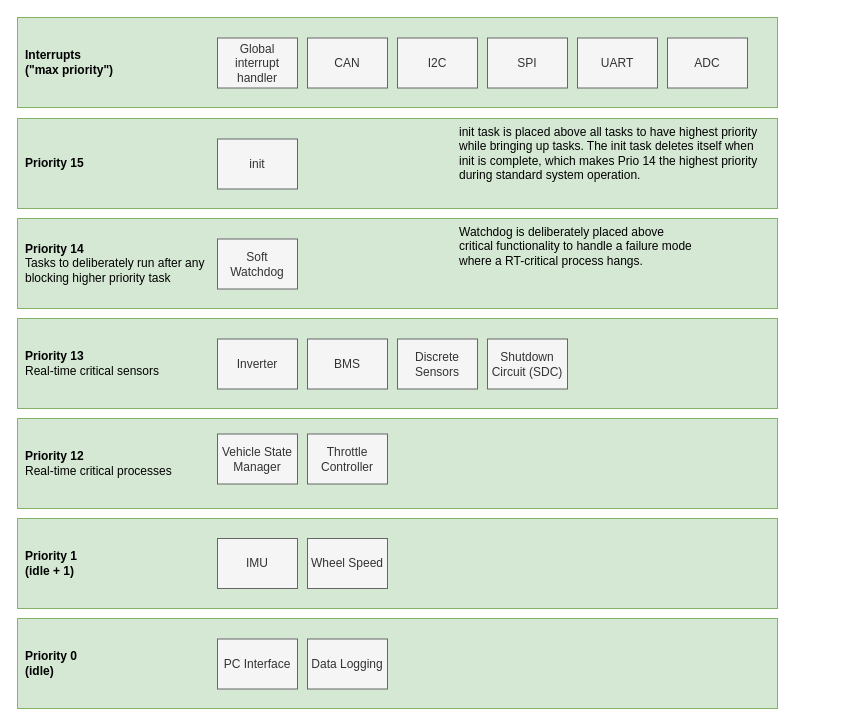
This is page "RTOS task layout" (4 of 5) of firmware/Firmware Architecture.drawio from lflaherty/evfirmware-vcu, a draw.io file, before an edit. Source tidied: cells renumbered, new cells numbered last; positions are measured from the earlier drawing's top-left corner, leaving out a move shared by most shapes. Both pictures are drawn from the tidied source at 100%, with x=0, y=0 at pixel (17, 17).
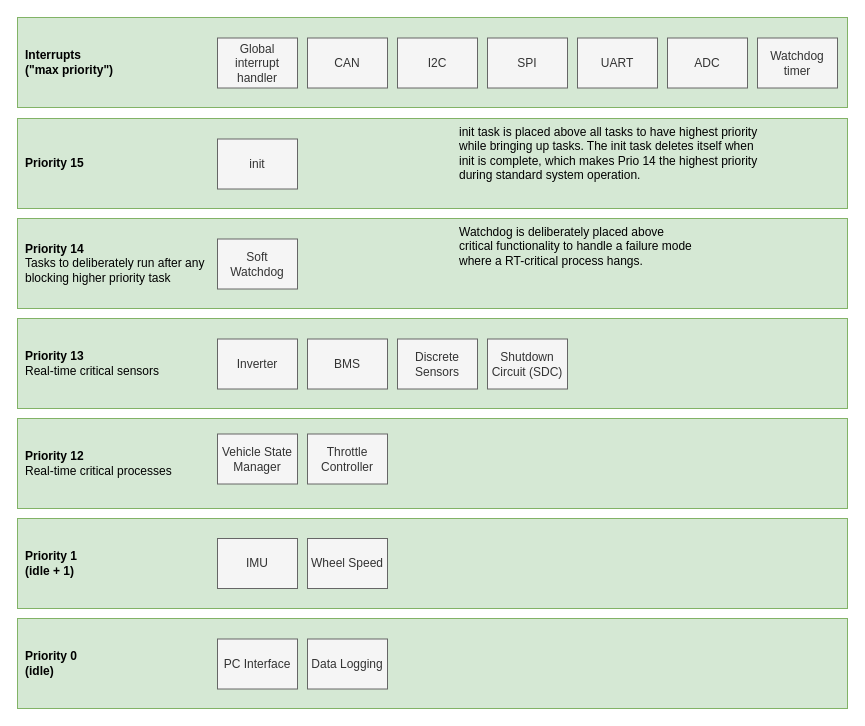
Above is the later version.

Diff of the diagram source:
```diff
@@
     <mxCell id="2" value="&lt;b&gt;Priority 14&lt;/b&gt;&lt;br&gt;Tasks to deliberately run after any&lt;br&gt;blocking higher priority task" style="rounded=0;whiteSpace=wrap;html=1;align=left;horizontal=1;spacingLeft=6;fillColor=#d5e8d4;strokeColor=#82b366;" parent="1" vertex="1">
-      <mxGeometry y="201" width="760" height="90" as="geometry" />
+      <mxGeometry y="201" width="830" height="90" as="geometry" />
     </mxCell>
     <mxCell id="3" value="&lt;b&gt;Priority 1&lt;br&gt;(idle + 1)&lt;/b&gt;" style="rounded=0;whiteSpace=wrap;html=1;align=left;horizontal=1;spacingLeft=6;fillColor=#d5e8d4;strokeColor=#82b366;" parent="1" vertex="1">
-      <mxGeometry y="501" width="760" height="90" as="geometry" />
+      <mxGeometry y="501" width="830" height="90" as="geometry" />
     </mxCell>
     <mxCell id="4" value="&lt;b&gt;Priority 15&lt;br&gt;&lt;/b&gt;" style="rounded=0;whiteSpace=wrap;html=1;align=left;horizontal=1;spacingLeft=6;fillColor=#d5e8d4;strokeColor=#82b366;" parent="1" vertex="1">
-      <mxGeometry y="101" width="760" height="90" as="geometry" />
+      <mxGeometry y="101" width="830" height="90" as="geometry" />
     </mxCell>
     <mxCell id="5" value="&lt;b&gt;Priority 13&lt;/b&gt;&lt;br&gt;Real-time critical sensors" style="rounded=0;whiteSpace=wrap;html=1;align=left;horizontal=1;spacingLeft=6;fillColor=#d5e8d4;strokeColor=#82b366;" parent="1" vertex="1">
-      <mxGeometry y="301" width="760" height="90" as="geometry" />
+      <mxGeometry y="301" width="830" height="90" as="geometry" />
     </mxCell>
     <mxCell id="6" value="&lt;b&gt;Priority 12&lt;/b&gt;&lt;br&gt;Real-time critical processes" style="rounded=0;whiteSpace=wrap;html=1;align=left;horizontal=1;spacingLeft=6;fillColor=#d5e8d4;strokeColor=#82b366;" parent="1" vertex="1">
-      <mxGeometry y="401" width="760" height="90" as="geometry" />
+      <mxGeometry y="401" width="830" height="90" as="geometry" />
     </mxCell>
     <mxCell id="7" value="&lt;b&gt;Priority 0&lt;br&gt;(idle)&lt;/b&gt;" style="rounded=0;whiteSpace=wrap;html=1;align=left;horizontal=1;spacingLeft=6;fillColor=#d5e8d4;strokeColor=#82b366;" parent="1" vertex="1">
-      <mxGeometry y="601" width="760" height="90" as="geometry" />
+      <mxGeometry y="601" width="830" height="90" as="geometry" />
     </mxCell>
     <mxCell id="8" value="&lt;b&gt;Interrupts&lt;br&gt;(&quot;max priority&quot;)&lt;/b&gt;" style="rounded=0;whiteSpace=wrap;html=1;align=left;horizontal=1;spacingLeft=6;fillColor=#d5e8d4;strokeColor=#82b366;" parent="1" vertex="1">
-      <mxGeometry width="760" height="90" as="geometry" />
+      <mxGeometry width="830" height="90" as="geometry" />
     </mxCell>
@@
+    <mxCell id="29" value="Watchdog timer" style="rounded=0;whiteSpace=wrap;html=1;fillColor=#f5f5f5;strokeColor=#666666;fontColor=#333333;" parent="1" vertex="1">
+      <mxGeometry x="740" y="20.5" width="80" height="50" as="geometry" />
+    </mxCell>
```
